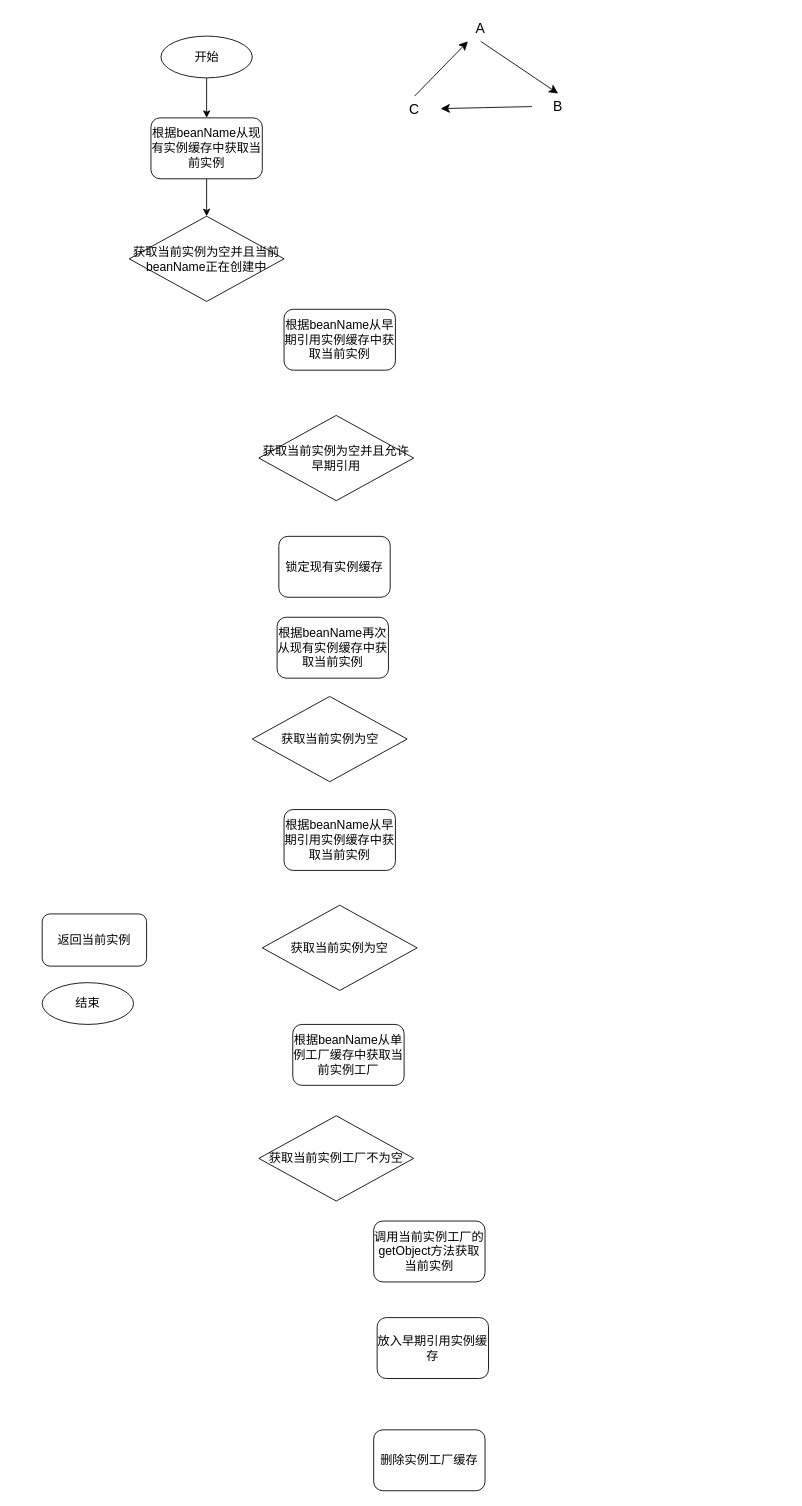
Earlier version of the draw.io diagram page "循环依赖" (2 of 2) of Spring.drawio (EngineKing/draw). Source tidied: cells renumbered, new cells numbered last; positions are measured from the earlier drawing's top-left corner, leaving out a move shared by most shapes. Both pictures are drawn from the tidied source at 87%, with x=0, y=0 at pixel (42, 15).
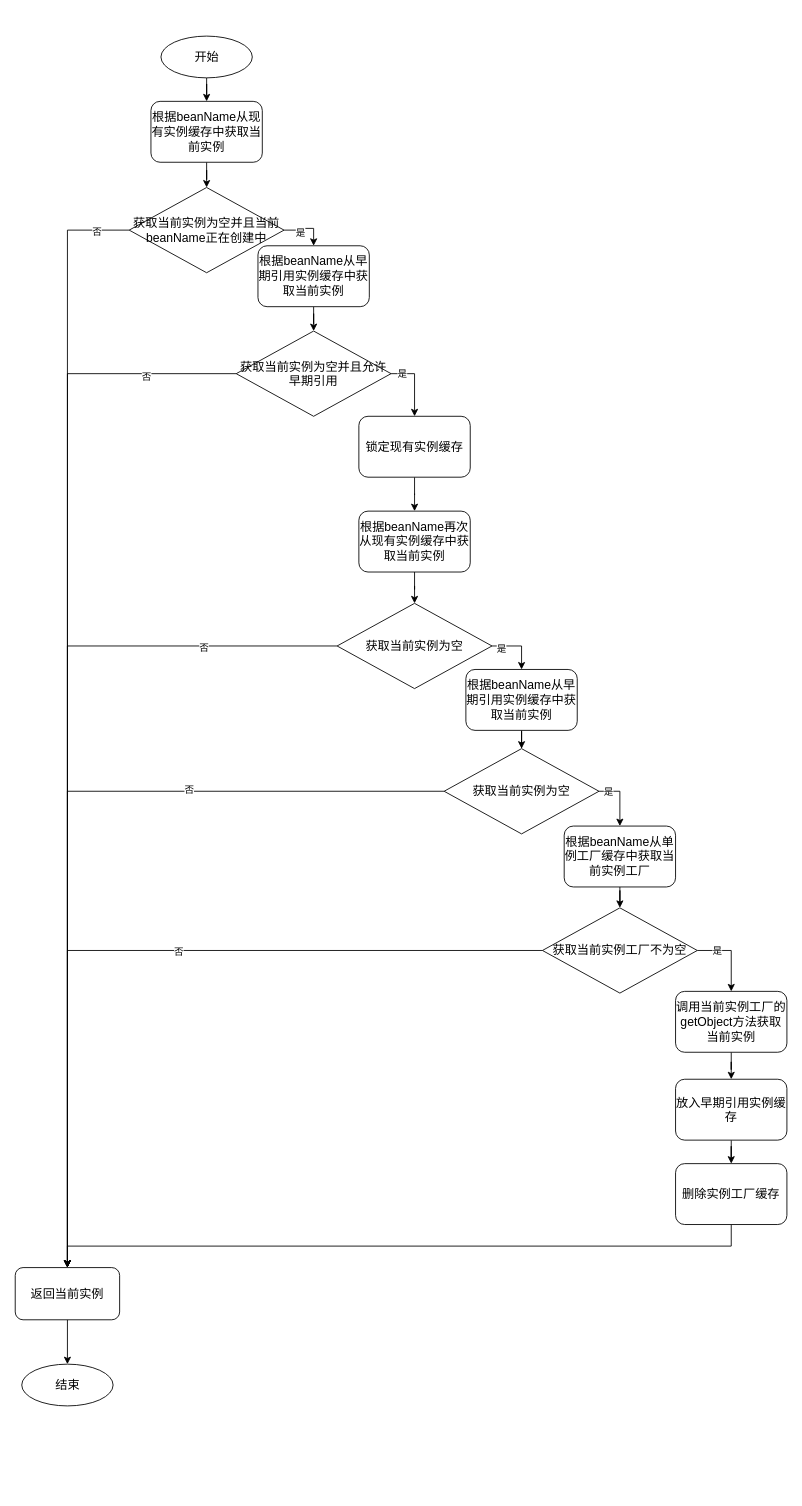
The same diagram, later.

Change to the diagram source:
```diff
@@
-    <mxCell id="2" value="A" style="text;html=1;align=center;verticalAlign=middle;whiteSpace=wrap;rounded=0;fontSize=16;" parent="1" vertex="1">
-      <mxGeometry x="474" width="60" height="30" as="geometry" />
-    </mxCell>
-    <mxCell id="3" style="edgeStyle=none;curved=1;rounded=0;jettySize=auto;html=1;exitX=0;exitY=0.5;exitDx=0;exitDy=0;fontSize=12;startSize=8;endSize=8;" parent="1" edge="1" source="4" target="6">
-      <mxGeometry relative="1" as="geometry" />
-    </mxCell>
-    <mxCell id="4" value="B" style="text;html=1;align=center;verticalAlign=middle;whiteSpace=wrap;rounded=0;fontSize=16;" parent="1" vertex="1">
-      <mxGeometry x="563" y="90" width="60" height="30" as="geometry" />
-    </mxCell>
-    <mxCell id="5" style="edgeStyle=none;curved=1;rounded=0;jettySize=auto;html=1;exitX=0.5;exitY=0;exitDx=0;exitDy=0;fontSize=12;startSize=8;endSize=8;" parent="1" edge="1" source="6" target="2">
-      <mxGeometry relative="1" as="geometry" />
-    </mxCell>
-    <mxCell id="6" value="C" style="text;html=1;align=center;verticalAlign=middle;whiteSpace=wrap;rounded=0;fontSize=16;" parent="1" vertex="1">
-      <mxGeometry x="398" y="93" width="60" height="30" as="geometry" />
-    </mxCell>
-    <mxCell id="7" style="endArrow=classic;html=1;rounded=0;fontSize=12;startSize=8;endSize=8;curved=1;exitX=0.5;exitY=1;exitDx=0;exitDy=0;entryX=0.5;entryY=0;entryDx=0;entryDy=0;" parent="1" edge="1" source="2" target="4">
-      <mxGeometry relative="1" as="geometry" />
-    </mxCell>
@@
     <mxCell id="11" value="根据beanName从现有实例缓存中获取当前实例" style="rounded=1;whiteSpace=wrap;html=1;fontSize=14;" parent="1" vertex="1">
-      <mxGeometry x="125" y="118" width="128" height="70" as="geometry" />
+      <mxGeometry x="125" y="99" width="128" height="70" as="geometry" />
     </mxCell>
+    <mxCell id="27" style="edgeStyle=orthogonalEdgeStyle;rounded=0;jettySize=auto;html=1;exitX=1;exitY=0.5;exitDx=0;exitDy=0;" parent="1" edge="1" source="12" target="15">
+      <mxGeometry relative="1" as="geometry" />
+    </mxCell>
+    <mxCell id="28" value="是" style="edgeLabel;html=1;align=center;verticalAlign=middle;" parent="27" vertex="1">
+      <mxGeometry x="-0.34" y="-2" relative="1" as="geometry" />
+    </mxCell>
     <mxCell id="12" value="获取当前实例为空并且当前beanName正在创建中" style="rhombus;whiteSpace=wrap;html=1;fontSize=14;" parent="1" vertex="1">
-      <mxGeometry x="100" y="231" width="178" height="98" as="geometry" />
+      <mxGeometry x="100" y="198" width="178" height="98" as="geometry" />
     </mxCell>
     <mxCell id="13" value="结束" style="ellipse;whiteSpace=wrap;html=1;fontSize=14;" parent="1" vertex="1">
-      <mxGeometry y="1112" width="105" height="48" as="geometry" />
+      <mxGeometry x="-23.5" y="1550.5" width="105" height="48" as="geometry" />
     </mxCell>
+    <mxCell id="29" style="edgeStyle=orthogonalEdgeStyle;rounded=0;jettySize=auto;html=1;exitX=0.5;exitY=1;exitDx=0;exitDy=0;" parent="1" edge="1" source="14" target="13">
+      <mxGeometry relative="1" as="geometry" />
+    </mxCell>
     <mxCell id="14" value="返回当前实例" style="rounded=1;whiteSpace=wrap;html=1;fontSize=14;" parent="1" vertex="1">
-      <mxGeometry y="1033" width="120" height="60" as="geometry" />
+      <mxGeometry x="-31" y="1439.5" width="120" height="60" as="geometry" />
     </mxCell>
+    <mxCell id="30" style="edgeStyle=orthogonalEdgeStyle;rounded=0;jettySize=auto;html=1;exitX=0.5;exitY=1;exitDx=0;exitDy=0;" parent="1" edge="1" source="15" target="16">
+      <mxGeometry relative="1" as="geometry" />
+    </mxCell>
     <mxCell id="15" value="根据beanName从早期引用实例缓存中获取当前实例" style="rounded=1;whiteSpace=wrap;html=1;fontSize=14;" parent="1" vertex="1">
-      <mxGeometry x="278" y="338" width="128" height="70" as="geometry" />
+      <mxGeometry x="248" y="265" width="128" height="70" as="geometry" />
     </mxCell>
+    <mxCell id="31" style="edgeStyle=orthogonalEdgeStyle;rounded=0;jettySize=auto;html=1;exitX=1;exitY=0.5;exitDx=0;exitDy=0;" parent="1" edge="1" source="16" target="17">
+      <mxGeometry relative="1" as="geometry" />
+    </mxCell>
+    <mxCell id="32" value="是" style="edgeLabel;html=1;align=center;verticalAlign=middle;" parent="31" vertex="1">
+      <mxGeometry x="-0.68" y="1" relative="1" as="geometry" />
+    </mxCell>
+    <mxCell id="33" style="edgeStyle=orthogonalEdgeStyle;rounded=0;jettySize=auto;html=1;exitX=0;exitY=0.5;exitDx=0;exitDy=0;entryX=0.5;entryY=0;entryDx=0;entryDy=0;" parent="1" edge="1" source="16" target="14">
+      <mxGeometry relative="1" as="geometry" />
+    </mxCell>
+    <mxCell id="34" value="否" style="edgeLabel;html=1;align=center;verticalAlign=middle;" parent="33" vertex="1">
+      <mxGeometry x="-0.83" y="3" relative="1" as="geometry" />
+    </mxCell>
     <mxCell id="16" value="获取当前实例为空并且允许早期引用" style="rhombus;whiteSpace=wrap;html=1;fontSize=14;" parent="1" vertex="1">
-      <mxGeometry x="249" y="460" width="178" height="98" as="geometry" />
+      <mxGeometry x="223" y="363" width="178" height="98" as="geometry" />
     </mxCell>
+    <mxCell id="35" style="edgeStyle=orthogonalEdgeStyle;rounded=0;jettySize=auto;html=1;exitX=0.5;exitY=1;exitDx=0;exitDy=0;" parent="1" edge="1" source="17" target="18">
+      <mxGeometry relative="1" as="geometry" />
+    </mxCell>
     <mxCell id="17" value="锁定现有实例缓存" style="rounded=1;whiteSpace=wrap;html=1;fontSize=14;" parent="1" vertex="1">
-      <mxGeometry x="272" y="599" width="128" height="70" as="geometry" />
+      <mxGeometry x="364" y="461" width="128" height="70" as="geometry" />
     </mxCell>
+    <mxCell id="36" style="edgeStyle=orthogonalEdgeStyle;rounded=0;jettySize=auto;html=1;exitX=0.5;exitY=1;exitDx=0;exitDy=0;" parent="1" edge="1" source="18" target="19">
+      <mxGeometry relative="1" as="geometry" />
+    </mxCell>
     <mxCell id="18" value="根据beanName再次从现有实例缓存中获取当前实例" style="rounded=1;whiteSpace=wrap;html=1;fontSize=14;" parent="1" vertex="1">
-      <mxGeometry x="270" y="692" width="128" height="70" as="geometry" />
+      <mxGeometry x="364" y="570" width="128" height="70" as="geometry" />
     </mxCell>
+    <mxCell id="37" style="edgeStyle=orthogonalEdgeStyle;rounded=0;jettySize=auto;html=1;exitX=1;exitY=0.5;exitDx=0;exitDy=0;" parent="1" edge="1" source="19" target="20">
+      <mxGeometry relative="1" as="geometry" />
+    </mxCell>
+    <mxCell id="38" value="是" style="edgeLabel;html=1;align=center;verticalAlign=middle;" parent="37" vertex="1">
+      <mxGeometry x="-0.67" y="-2" relative="1" as="geometry" />
+    </mxCell>
+    <mxCell id="39" style="edgeStyle=orthogonalEdgeStyle;rounded=0;jettySize=auto;html=1;exitX=0;exitY=0.5;exitDx=0;exitDy=0;entryX=0.5;entryY=0;entryDx=0;entryDy=0;" parent="1" edge="1" source="19" target="14">
+      <mxGeometry relative="1" as="geometry" />
+    </mxCell>
+    <mxCell id="40" value="否" style="edgeLabel;html=1;align=center;verticalAlign=middle;" parent="39" vertex="1">
+      <mxGeometry x="-0.7" y="1" relative="1" as="geometry" />
+    </mxCell>
     <mxCell id="19" value="获取当前实例为空" style="rhombus;whiteSpace=wrap;html=1;fontSize=14;" parent="1" vertex="1">
-      <mxGeometry x="241.5" y="783" width="178" height="98" as="geometry" />
+      <mxGeometry x="339" y="676" width="178" height="98" as="geometry" />
     </mxCell>
+    <mxCell id="41" style="edgeStyle=orthogonalEdgeStyle;rounded=0;jettySize=auto;html=1;exitX=0.5;exitY=1;exitDx=0;exitDy=0;" parent="1" edge="1" source="20" target="21">
+      <mxGeometry relative="1" as="geometry" />
+    </mxCell>
     <mxCell id="20" value="根据beanName从早期引用实例缓存中获取当前实例" style="rounded=1;whiteSpace=wrap;html=1;fontSize=14;" parent="1" vertex="1">
-      <mxGeometry x="278" y="913" width="128" height="70" as="geometry" />
+      <mxGeometry x="487" y="752" width="128" height="70" as="geometry" />
     </mxCell>
+    <mxCell id="42" style="edgeStyle=orthogonalEdgeStyle;rounded=0;jettySize=auto;html=1;exitX=1;exitY=0.5;exitDx=0;exitDy=0;" parent="1" edge="1" source="21" target="22">
+      <mxGeometry relative="1" as="geometry" />
+    </mxCell>
+    <mxCell id="43" value="是" style="edgeLabel;html=1;align=center;verticalAlign=middle;" parent="42" vertex="1">
+      <mxGeometry x="-0.68" relative="1" as="geometry" />
+    </mxCell>
+    <mxCell id="44" style="edgeStyle=orthogonalEdgeStyle;rounded=0;jettySize=auto;html=1;exitX=0;exitY=0.5;exitDx=0;exitDy=0;entryX=0.5;entryY=0;entryDx=0;entryDy=0;" parent="1" edge="1" source="21" target="14">
+      <mxGeometry relative="1" as="geometry" />
+    </mxCell>
+    <mxCell id="45" value="否" style="edgeLabel;html=1;align=center;verticalAlign=middle;" parent="44" vertex="1">
+      <mxGeometry x="-0.4" y="-3" relative="1" as="geometry" />
+    </mxCell>
     <mxCell id="21" value="获取当前实例为空" style="rhombus;whiteSpace=wrap;html=1;fontSize=14;" parent="1" vertex="1">
-      <mxGeometry x="253" y="1023" width="178" height="98" as="geometry" />
+      <mxGeometry x="462" y="843" width="178" height="98" as="geometry" />
     </mxCell>
+    <mxCell id="46" style="edgeStyle=orthogonalEdgeStyle;rounded=0;jettySize=auto;html=1;exitX=0.5;exitY=1;exitDx=0;exitDy=0;" parent="1" edge="1" source="22" target="23">
+      <mxGeometry relative="1" as="geometry" />
+    </mxCell>
     <mxCell id="22" value="根据beanName从单例工厂缓存中获取当前实例工厂" style="rounded=1;whiteSpace=wrap;html=1;fontSize=14;" parent="1" vertex="1">
-      <mxGeometry x="288" y="1160" width="128" height="70" as="geometry" />
+      <mxGeometry x="600" y="932" width="128" height="70" as="geometry" />
     </mxCell>
+    <mxCell id="47" style="edgeStyle=orthogonalEdgeStyle;rounded=0;jettySize=auto;html=1;exitX=1;exitY=0.5;exitDx=0;exitDy=0;" parent="1" edge="1" source="23" target="24">
+      <mxGeometry relative="1" as="geometry" />
+    </mxCell>
+    <mxCell id="48" value="是" style="edgeLabel;html=1;align=center;verticalAlign=middle;" parent="47" vertex="1">
+      <mxGeometry x="-0.48" y="1" relative="1" as="geometry" />
+    </mxCell>
+    <mxCell id="49" style="edgeStyle=orthogonalEdgeStyle;rounded=0;jettySize=auto;html=1;exitX=0;exitY=0.5;exitDx=0;exitDy=0;entryX=0.5;entryY=0;entryDx=0;entryDy=0;" parent="1" edge="1" source="23" target="14">
+      <mxGeometry relative="1" as="geometry" />
+    </mxCell>
+    <mxCell id="50" value="否" style="edgeLabel;html=1;align=center;verticalAlign=middle;" parent="49" vertex="1">
+      <mxGeometry x="-0.08" y="1" relative="1" as="geometry" />
+    </mxCell>
     <mxCell id="23" value="获取当前实例工厂不为空" style="rhombus;whiteSpace=wrap;html=1;fontSize=14;" parent="1" vertex="1">
-      <mxGeometry x="249" y="1265" width="178" height="98" as="geometry" />
+      <mxGeometry x="575" y="1026" width="178" height="98" as="geometry" />
     </mxCell>
+    <mxCell id="51" style="edgeStyle=orthogonalEdgeStyle;rounded=0;jettySize=auto;html=1;exitX=0.5;exitY=1;exitDx=0;exitDy=0;" parent="1" edge="1" source="24" target="25">
+      <mxGeometry relative="1" as="geometry" />
+    </mxCell>
     <mxCell id="24" value="调用当前实例工厂的getObject方法获取当前实例" style="rounded=1;whiteSpace=wrap;html=1;fontSize=14;" parent="1" vertex="1">
-      <mxGeometry x="381" y="1386" width="128" height="70" as="geometry" />
+      <mxGeometry x="728" y="1122" width="128" height="70" as="geometry" />
     </mxCell>
+    <mxCell id="52" style="edgeStyle=orthogonalEdgeStyle;rounded=0;jettySize=auto;html=1;exitX=0.5;exitY=1;exitDx=0;exitDy=0;" parent="1" edge="1" source="25" target="26">
+      <mxGeometry relative="1" as="geometry" />
+    </mxCell>
     <mxCell id="25" value="放入早期引用实例缓存" style="rounded=1;whiteSpace=wrap;html=1;fontSize=14;" parent="1" vertex="1">
-      <mxGeometry x="385" y="1497" width="128" height="70" as="geometry" />
+      <mxGeometry x="728" y="1223" width="128" height="70" as="geometry" />
     </mxCell>
+    <mxCell id="53" style="edgeStyle=orthogonalEdgeStyle;rounded=0;jettySize=auto;html=1;exitX=0.5;exitY=1;exitDx=0;exitDy=0;entryX=0.5;entryY=0;entryDx=0;entryDy=0;" parent="1" edge="1" source="26" target="14">
+      <mxGeometry relative="1" as="geometry" />
+    </mxCell>
     <mxCell id="26" value="删除实例工厂缓存" style="rounded=1;whiteSpace=wrap;html=1;fontSize=14;" parent="1" vertex="1">
-      <mxGeometry x="381" y="1626" width="128" height="70" as="geometry" />
+      <mxGeometry x="728" y="1320" width="128" height="70" as="geometry" />
     </mxCell>
+    <mxCell id="54" style="edgeStyle=orthogonalEdgeStyle;rounded=0;jettySize=auto;html=1;exitX=0;exitY=0.5;exitDx=0;exitDy=0;entryX=0.5;entryY=0;entryDx=0;entryDy=0;" parent="1" edge="1" source="12" target="14">
+      <mxGeometry relative="1" as="geometry" />
+    </mxCell>
+    <mxCell id="55" value="否" style="edgeLabel;html=1;align=center;verticalAlign=middle;" parent="54" vertex="1">
+      <mxGeometry x="-0.94" y="1" relative="1" as="geometry" />
+    </mxCell>
```
